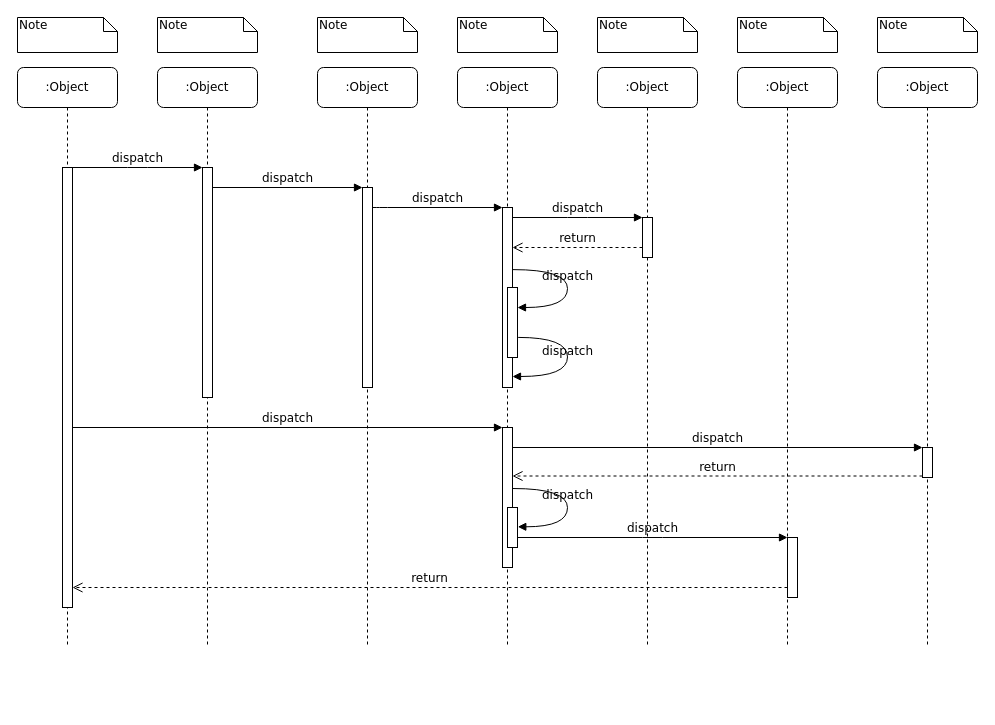
The draw.io diagram webrtcseq.drawio in mima3/note, before the edit. Source tidied: cells renumbered, new cells numbered last; positions are measured from the earlier drawing's top-left corner, leaving out a move shared by most shapes. Both pictures are drawn from the tidied source at 100%, with x=0, y=0 at pixel (17, 17).
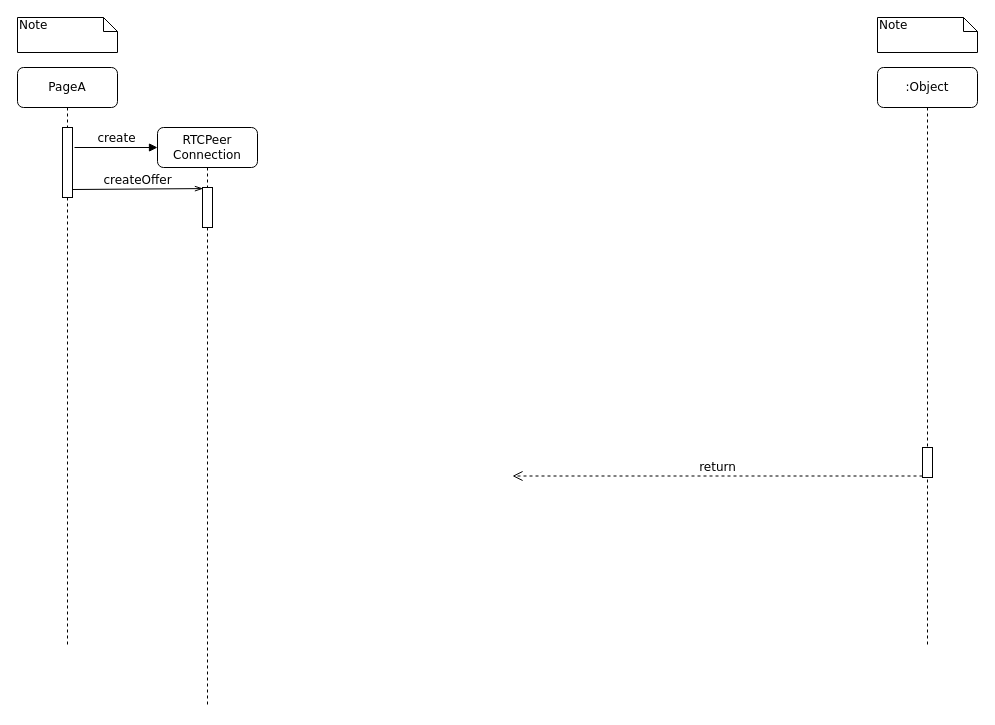
The same diagram, later.

Unchanged cells that the change refers to:
```xml
<mxCell id="19" style="html=1;points=[];perimeter=orthogonalPerimeter;rounded=0;shadow=0;comic=0;labelBackgroundColor=none;strokeColor=#000000;strokeWidth=1;fillColor=#FFFFFF;fontFamily=Verdana;fontSize=12;fontColor=#000000;align=center;" parent="1" vertex="1">
  <mxGeometry x="905" y="430" width="10" height="30" as="geometry" />
</mxCell>
```

What changed in the source:
```diff
@@
-    <mxCell id="2" value=":Object" style="shape=umlLifeline;perimeter=lifelinePerimeter;whiteSpace=wrap;html=1;rounded=1;shadow=0;comic=0;labelBackgroundColor=none;strokeWidth=1;fontFamily=Verdana;fontSize=12;align=center;" parent="1" vertex="1">
-      <mxGeometry x="140" y="50" width="100" height="580" as="geometry" />
-    </mxCell>
-    <mxCell id="3" style="html=1;points=[];perimeter=orthogonalPerimeter;rounded=0;shadow=0;comic=0;labelBackgroundColor=none;strokeWidth=1;fontFamily=Verdana;fontSize=12;align=center;" parent="2" vertex="1">
-      <mxGeometry x="45" y="100" width="10" height="230" as="geometry" />
-    </mxCell>
-    <mxCell id="4" value=":Object" style="shape=umlLifeline;perimeter=lifelinePerimeter;whiteSpace=wrap;html=1;rounded=1;shadow=0;comic=0;labelBackgroundColor=none;strokeWidth=1;fontFamily=Verdana;fontSize=12;align=center;" parent="1" vertex="1">
-      <mxGeometry x="300" y="50" width="100" height="580" as="geometry" />
-    </mxCell>
-    <mxCell id="5" style="html=1;points=[];perimeter=orthogonalPerimeter;rounded=0;shadow=0;comic=0;labelBackgroundColor=none;strokeWidth=1;fontFamily=Verdana;fontSize=12;align=center;" parent="4" vertex="1">
-      <mxGeometry x="45" y="120" width="10" height="200" as="geometry" />
-    </mxCell>
-    <mxCell id="6" value=":Object" style="shape=umlLifeline;perimeter=lifelinePerimeter;whiteSpace=wrap;html=1;rounded=1;shadow=0;comic=0;labelBackgroundColor=none;strokeWidth=1;fontFamily=Verdana;fontSize=12;align=center;" parent="1" vertex="1">
-      <mxGeometry x="440" y="50" width="100" height="580" as="geometry" />
-    </mxCell>
-    <mxCell id="7" value=":Object" style="shape=umlLifeline;perimeter=lifelinePerimeter;whiteSpace=wrap;html=1;rounded=1;shadow=0;comic=0;labelBackgroundColor=none;strokeWidth=1;fontFamily=Verdana;fontSize=12;align=center;" parent="1" vertex="1">
-      <mxGeometry x="580" y="50" width="100" height="580" as="geometry" />
-    </mxCell>
-    <mxCell id="8" value=":Object" style="shape=umlLifeline;perimeter=lifelinePerimeter;whiteSpace=wrap;html=1;rounded=1;shadow=0;comic=0;labelBackgroundColor=none;strokeWidth=1;fontFamily=Verdana;fontSize=12;align=center;" parent="1" vertex="1">
-      <mxGeometry x="720" y="50" width="100" height="580" as="geometry" />
-    </mxCell>
@@
-    <mxCell id="10" value=":Object" style="shape=umlLifeline;perimeter=lifelinePerimeter;whiteSpace=wrap;html=1;rounded=1;shadow=0;comic=0;labelBackgroundColor=none;strokeWidth=1;fontFamily=Verdana;fontSize=12;align=center;" parent="1" vertex="1">
+    <mxCell id="10" value="PageA" style="shape=umlLifeline;perimeter=lifelinePerimeter;whiteSpace=wrap;html=1;rounded=1;shadow=0;comic=0;labelBackgroundColor=none;strokeWidth=1;fontFamily=Verdana;fontSize=12;align=center;" parent="1" vertex="1">
       <mxGeometry y="50" width="100" height="580" as="geometry" />
     </mxCell>
     <mxCell id="11" style="html=1;points=[];perimeter=orthogonalPerimeter;rounded=0;shadow=0;comic=0;labelBackgroundColor=none;strokeWidth=1;fontFamily=Verdana;fontSize=12;align=center;" parent="10" vertex="1">
-      <mxGeometry x="45" y="100" width="10" height="440" as="geometry" />
+      <mxGeometry x="45" y="60" width="10" height="70" as="geometry" />
     </mxCell>
-    <mxCell id="12" style="html=1;points=[];perimeter=orthogonalPerimeter;rounded=0;shadow=0;comic=0;labelBackgroundColor=none;strokeWidth=1;fontFamily=Verdana;fontSize=12;align=center;" parent="1" vertex="1">
-      <mxGeometry x="485" y="190" width="10" height="180" as="geometry" />
-    </mxCell>
-    <mxCell id="13" value="dispatch" style="html=1;verticalAlign=bottom;endArrow=block;labelBackgroundColor=none;fontFamily=Verdana;fontSize=12;edgeStyle=elbowEdgeStyle;elbow=vertical;" parent="1" edge="1" source="5" target="12">
-      <mxGeometry relative="1" as="geometry">
-        <Array as="points">
-          <mxPoint x="360" y="190" />
-        </Array>
-      </mxGeometry>
-    </mxCell>
-    <mxCell id="14" style="html=1;points=[];perimeter=orthogonalPerimeter;rounded=0;shadow=0;comic=0;labelBackgroundColor=none;strokeWidth=1;fontFamily=Verdana;fontSize=12;align=center;" parent="1" vertex="1">
-      <mxGeometry x="625" y="200" width="10" height="40" as="geometry" />
-    </mxCell>
-    <mxCell id="15" value="dispatch" style="html=1;verticalAlign=bottom;endArrow=block;entryX=0;entryY=0;labelBackgroundColor=none;fontFamily=Verdana;fontSize=12;edgeStyle=elbowEdgeStyle;elbow=vertical;" parent="1" edge="1" source="12" target="14">
-      <mxGeometry relative="1" as="geometry" />
-    </mxCell>
-    <mxCell id="16" value="return" style="html=1;verticalAlign=bottom;endArrow=open;dashed=1;endSize=8;labelBackgroundColor=none;fontFamily=Verdana;fontSize=12;edgeStyle=elbowEdgeStyle;elbow=vertical;" parent="1" edge="1" source="14" target="12">
-      <mxGeometry relative="1" as="geometry">
-        <Array as="points">
-          <mxPoint x="570" y="230" />
-          <mxPoint x="600" y="230" />
-        </Array>
-      </mxGeometry>
-    </mxCell>
-    <mxCell id="17" style="html=1;points=[];perimeter=orthogonalPerimeter;rounded=0;shadow=0;comic=0;labelBackgroundColor=none;strokeWidth=1;fontFamily=Verdana;fontSize=12;align=center;" parent="1" vertex="1">
-      <mxGeometry x="485" y="410" width="10" height="140" as="geometry" />
-    </mxCell>
-    <mxCell id="18" value="dispatch" style="html=1;verticalAlign=bottom;endArrow=block;entryX=0;entryY=0;labelBackgroundColor=none;fontFamily=Verdana;fontSize=12;" parent="1" edge="1" source="11" target="17">
-      <mxGeometry relative="1" as="geometry" />
-    </mxCell>
@@
-    <mxCell id="20" value="dispatch" style="html=1;verticalAlign=bottom;endArrow=block;entryX=0;entryY=0;labelBackgroundColor=none;fontFamily=Verdana;fontSize=12;" parent="1" edge="1" source="17" target="19">
-      <mxGeometry relative="1" as="geometry" />
+    <mxCell id="20" value="create" style="html=1;verticalAlign=bottom;endArrow=block;labelBackgroundColor=none;fontFamily=Verdana;fontSize=12;" parent="1" edge="1">
+      <mxGeometry relative="1" as="geometry">
+        <mxPoint x="57" y="130" as="sourcePoint" />
+        <mxPoint x="140" y="130" as="targetPoint" />
+      </mxGeometry>
     </mxCell>
-    <mxCell id="21" value="return" style="html=1;verticalAlign=bottom;endArrow=open;dashed=1;endSize=8;exitX=0;exitY=0.95;labelBackgroundColor=none;fontFamily=Verdana;fontSize=12;" parent="1" edge="1" source="19" target="17">
-      <mxGeometry relative="1" as="geometry" />
+    <mxCell id="21" value="return" style="html=1;verticalAlign=bottom;endArrow=open;dashed=1;endSize=8;exitX=0;exitY=0.95;labelBackgroundColor=none;fontFamily=Verdana;fontSize=12;" parent="1" edge="1" source="19">
+      <mxGeometry relative="1" as="geometry">
+        <mxPoint x="495" y="458.5" as="targetPoint" />
+      </mxGeometry>
     </mxCell>
-    <mxCell id="22" style="html=1;points=[];perimeter=orthogonalPerimeter;rounded=0;shadow=0;comic=0;labelBackgroundColor=none;strokeWidth=1;fontFamily=Verdana;fontSize=12;align=center;" parent="1" vertex="1">
-      <mxGeometry x="770" y="520" width="10" height="60" as="geometry" />
-    </mxCell>
-    <mxCell id="23" value="dispatch" style="html=1;verticalAlign=bottom;endArrow=block;entryX=0;entryY=0;labelBackgroundColor=none;fontFamily=Verdana;fontSize=12;edgeStyle=elbowEdgeStyle;elbow=vertical;" parent="1" edge="1" source="30" target="22">
-      <mxGeometry relative="1" as="geometry" />
-    </mxCell>
-    <mxCell id="24" value="return" style="html=1;verticalAlign=bottom;endArrow=open;dashed=1;endSize=8;labelBackgroundColor=none;fontFamily=Verdana;fontSize=12;edgeStyle=elbowEdgeStyle;elbow=vertical;" parent="1" edge="1" source="22" target="11">
-      <mxGeometry relative="1" as="geometry">
-        <Array as="points">
-          <mxPoint x="470" y="570" />
-        </Array>
-      </mxGeometry>
-    </mxCell>
-    <mxCell id="25" value="dispatch" style="html=1;verticalAlign=bottom;endArrow=block;entryX=0;entryY=0;labelBackgroundColor=none;fontFamily=Verdana;fontSize=12;edgeStyle=elbowEdgeStyle;elbow=vertical;" parent="1" edge="1" source="11" target="3">
-      <mxGeometry relative="1" as="geometry" />
-    </mxCell>
-    <mxCell id="26" value="dispatch" style="html=1;verticalAlign=bottom;endArrow=block;entryX=0;entryY=0;labelBackgroundColor=none;fontFamily=Verdana;fontSize=12;edgeStyle=elbowEdgeStyle;elbow=vertical;" parent="1" edge="1" source="3" target="5">
-      <mxGeometry relative="1" as="geometry" />
-    </mxCell>
-    <mxCell id="27" style="html=1;points=[];perimeter=orthogonalPerimeter;rounded=0;shadow=0;comic=0;labelBackgroundColor=none;strokeWidth=1;fontFamily=Verdana;fontSize=12;align=center;" parent="1" vertex="1">
-      <mxGeometry x="490" y="270" width="10" height="70" as="geometry" />
-    </mxCell>
-    <mxCell id="28" value="dispatch" style="html=1;verticalAlign=bottom;endArrow=block;labelBackgroundColor=none;fontFamily=Verdana;fontSize=12;elbow=vertical;edgeStyle=orthogonalEdgeStyle;curved=1;entryX=1;entryY=0.286;entryPerimeter=0;exitX=1.038;exitY=0.345;exitPerimeter=0;" parent="1" edge="1" source="12" target="27">
-      <mxGeometry relative="1" as="geometry">
-        <Array as="points">
-          <mxPoint x="550" y="252" />
-          <mxPoint x="550" y="290" />
-        </Array>
-      </mxGeometry>
-    </mxCell>
-    <mxCell id="29" value="dispatch" style="html=1;verticalAlign=bottom;endArrow=block;labelBackgroundColor=none;fontFamily=Verdana;fontSize=12;elbow=vertical;edgeStyle=orthogonalEdgeStyle;curved=1;exitX=1.066;exitY=0.713;exitPerimeter=0;" parent="1" edge="1" source="27">
-      <mxGeometry relative="1" as="geometry">
-        <mxPoint x="495" y="359" as="targetPoint" />
-        <Array as="points">
-          <mxPoint x="550" y="320" />
-          <mxPoint x="550" y="359" />
-        </Array>
-      </mxGeometry>
-    </mxCell>
-    <mxCell id="30" style="html=1;points=[];perimeter=orthogonalPerimeter;rounded=0;shadow=0;comic=0;labelBackgroundColor=none;strokeWidth=1;fontFamily=Verdana;fontSize=12;align=center;" parent="1" vertex="1">
-      <mxGeometry x="490" y="490" width="10" height="40" as="geometry" />
-    </mxCell>
-    <mxCell id="31" value="dispatch" style="html=1;verticalAlign=bottom;endArrow=block;labelBackgroundColor=none;fontFamily=Verdana;fontSize=12;elbow=vertical;edgeStyle=orthogonalEdgeStyle;curved=1;entryX=1;entryY=0.286;entryPerimeter=0;exitX=1.038;exitY=0.345;exitPerimeter=0;" parent="1" edge="1">
-      <mxGeometry relative="1" as="geometry">
-        <mxPoint x="495.3" y="471" as="sourcePoint" />
-        <mxPoint x="500.3" y="509.3" as="targetPoint" />
-        <Array as="points">
-          <mxPoint x="550" y="471" />
-          <mxPoint x="550" y="509" />
-        </Array>
-      </mxGeometry>
-    </mxCell>
@@
-    <mxCell id="33" value="Note" style="shape=note;whiteSpace=wrap;html=1;size=14;verticalAlign=top;align=left;spacingTop=-6;rounded=0;shadow=0;comic=0;labelBackgroundColor=none;strokeWidth=1;fontFamily=Verdana;fontSize=12;" parent="1" vertex="1">
-      <mxGeometry x="140" width="100" height="35" as="geometry" />
-    </mxCell>
-    <mxCell id="34" value="Note" style="shape=note;whiteSpace=wrap;html=1;size=14;verticalAlign=top;align=left;spacingTop=-6;rounded=0;shadow=0;comic=0;labelBackgroundColor=none;strokeWidth=1;fontFamily=Verdana;fontSize=12;" parent="1" vertex="1">
-      <mxGeometry x="300" width="100" height="35" as="geometry" />
-    </mxCell>
-    <mxCell id="35" value="Note" style="shape=note;whiteSpace=wrap;html=1;size=14;verticalAlign=top;align=left;spacingTop=-6;rounded=0;shadow=0;comic=0;labelBackgroundColor=none;strokeWidth=1;fontFamily=Verdana;fontSize=12;" parent="1" vertex="1">
-      <mxGeometry x="440" width="100" height="35" as="geometry" />
-    </mxCell>
-    <mxCell id="36" value="Note" style="shape=note;whiteSpace=wrap;html=1;size=14;verticalAlign=top;align=left;spacingTop=-6;rounded=0;shadow=0;comic=0;labelBackgroundColor=none;strokeWidth=1;fontFamily=Verdana;fontSize=12;" parent="1" vertex="1">
-      <mxGeometry x="580" width="100" height="35" as="geometry" />
-    </mxCell>
-    <mxCell id="37" value="Note" style="shape=note;whiteSpace=wrap;html=1;size=14;verticalAlign=top;align=left;spacingTop=-6;rounded=0;shadow=0;comic=0;labelBackgroundColor=none;strokeWidth=1;fontFamily=Verdana;fontSize=12;" parent="1" vertex="1">
-      <mxGeometry x="720" width="100" height="35" as="geometry" />
-    </mxCell>
@@
+    <mxCell id="39" value="RTCPeer&lt;br&gt;Connection" style="shape=umlLifeline;perimeter=lifelinePerimeter;whiteSpace=wrap;html=1;rounded=1;shadow=0;comic=0;labelBackgroundColor=none;strokeWidth=1;fontFamily=Verdana;fontSize=12;align=center;" parent="1" vertex="1">
+      <mxGeometry x="140" y="110" width="100" height="580" as="geometry" />
+    </mxCell>
+    <mxCell id="40" style="html=1;points=[];perimeter=orthogonalPerimeter;rounded=0;shadow=0;comic=0;labelBackgroundColor=none;strokeWidth=1;fontFamily=Verdana;fontSize=12;align=center;" parent="39" vertex="1">
+      <mxGeometry x="45" y="60" width="10" height="40" as="geometry" />
+    </mxCell>
+    <mxCell id="41" value="createOffer" style="html=1;verticalAlign=bottom;endArrow=openThin;labelBackgroundColor=none;fontFamily=Verdana;fontSize=12;entryX=0.045;entryY=0.027;entryDx=0;entryDy=0;entryPerimeter=0;endFill=0;" parent="1" edge="1" target="40">
+      <mxGeometry relative="1" as="geometry">
+        <mxPoint x="55" y="172" as="sourcePoint" />
+      </mxGeometry>
+    </mxCell>
```
